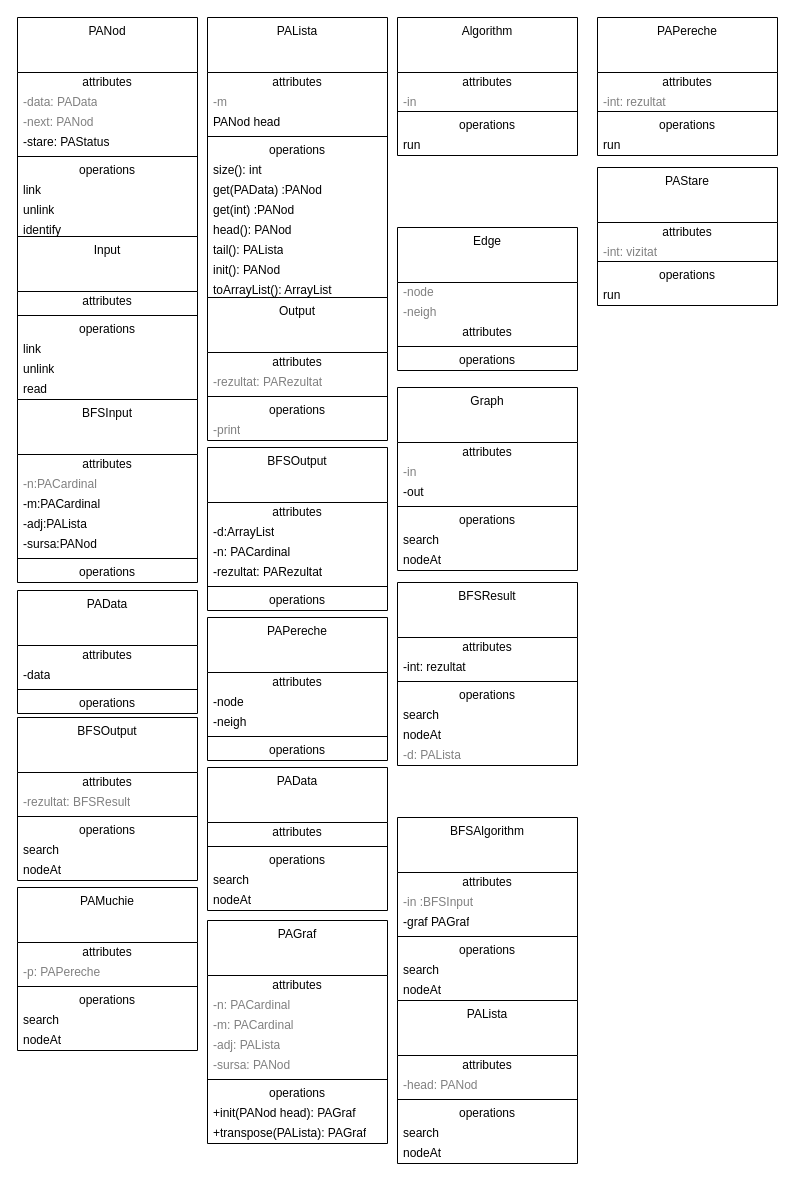
This is test.drawio from Cristof17/PALibrary, a draw.io file, before an edit. Source tidied: cells renumbered, new cells numbered last; positions are measured from the earlier drawing's top-left corner, leaving out a move shared by most shapes. Both pictures are drawn from the tidied source at 100%, with x=0, y=0 at pixel (17, 17).
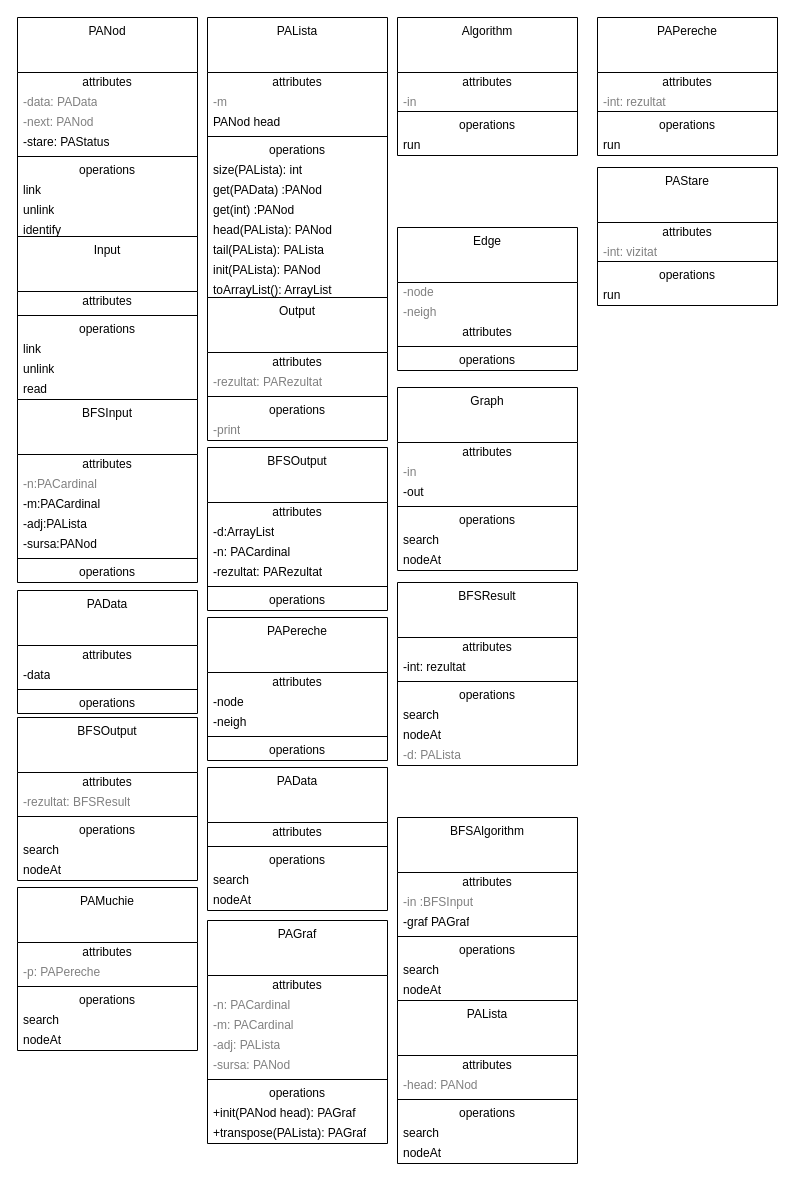
The same diagram, later.

Commit message (it also covers changes not shown here):
PALista.c defined size, get, head, tail, init functions

Unchanged cells that the change refers to:
```xml
<mxCell id="12" value="PALista" style="swimlane;fontStyle=0;align=center;verticalAlign=top;horizontal=1;startSize=55;html=1;whiteSpace=wrap;" parent="1" vertex="1">
  <mxGeometry x="190" width="180" height="283" as="geometry" />
</mxCell>
```

The edit, as a diff of the source:
```diff
@@
-    <mxCell id="18" value="size(): int" style="text;html=1;strokeColor=none;fillColor=none;align=left;verticalAlign=middle;spacingLeft=4;spacingRight=4;overflow=hidden;whiteSpace=wrap;" parent="12" vertex="1">
+    <mxCell id="18" value="size(PALista): int" style="text;html=1;strokeColor=none;fillColor=none;align=left;verticalAlign=middle;spacingLeft=4;spacingRight=4;overflow=hidden;whiteSpace=wrap;" parent="12" vertex="1">
       <mxGeometry y="143" width="180" height="20" as="geometry" />
     </mxCell>
@@
-    <mxCell id="21" value="head(): PANod" style="text;html=1;strokeColor=none;fillColor=none;align=left;verticalAlign=middle;spacingLeft=4;spacingRight=4;overflow=hidden;whiteSpace=wrap;" parent="12" vertex="1">
+    <mxCell id="21" value="head(PALista): PANod" style="text;html=1;strokeColor=none;fillColor=none;align=left;verticalAlign=middle;spacingLeft=4;spacingRight=4;overflow=hidden;whiteSpace=wrap;" parent="12" vertex="1">
       <mxGeometry y="203" width="180" height="20" as="geometry" />
     </mxCell>
-    <mxCell id="22" value="tail(): PALista" style="text;html=1;strokeColor=none;fillColor=none;align=left;verticalAlign=middle;spacingLeft=4;spacingRight=4;overflow=hidden;whiteSpace=wrap;" parent="12" vertex="1">
+    <mxCell id="22" value="tail(PALista): PALista" style="text;html=1;strokeColor=none;fillColor=none;align=left;verticalAlign=middle;spacingLeft=4;spacingRight=4;overflow=hidden;whiteSpace=wrap;" parent="12" vertex="1">
       <mxGeometry y="223" width="180" height="20" as="geometry" />
     </mxCell>
-    <mxCell id="23" value="init(): PANod" style="text;html=1;strokeColor=none;fillColor=none;align=left;verticalAlign=middle;spacingLeft=4;spacingRight=4;overflow=hidden;whiteSpace=wrap;" parent="12" vertex="1">
+    <mxCell id="23" value="init(PALista): PANod" style="text;html=1;strokeColor=none;fillColor=none;align=left;verticalAlign=middle;spacingLeft=4;spacingRight=4;overflow=hidden;whiteSpace=wrap;" parent="12" vertex="1">
       <mxGeometry y="243" width="180" height="20" as="geometry" />
     </mxCell>
```
